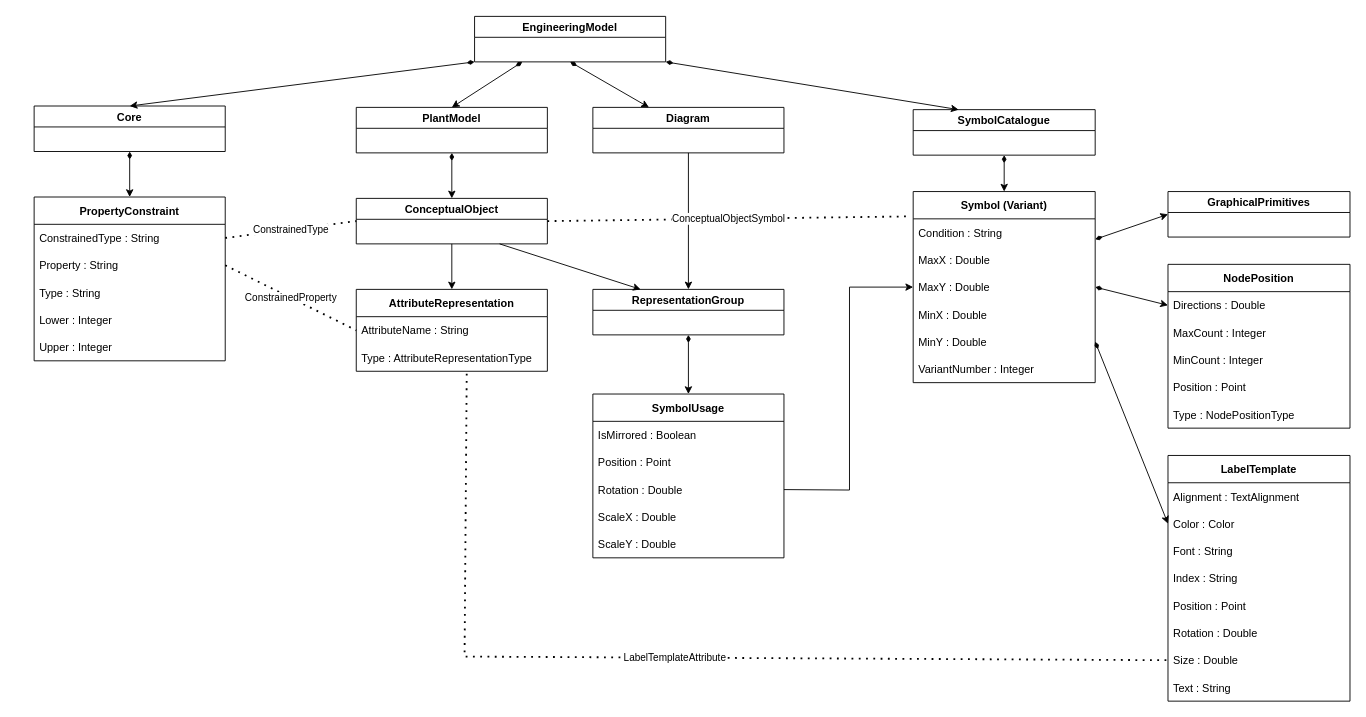
Earlier version of the draw.io diagram ContinuationProject/WorkingFolder/DISC Profile.drawio (ToniaPedersen/DISCDEXPI). Source tidied: cells renumbered, new cells numbered last; positions are measured from the earlier drawing's top-left corner, leaving out a move shared by most shapes. Both pictures are drawn from the tidied source at 91%, with x=0, y=0 at pixel (34, 16).
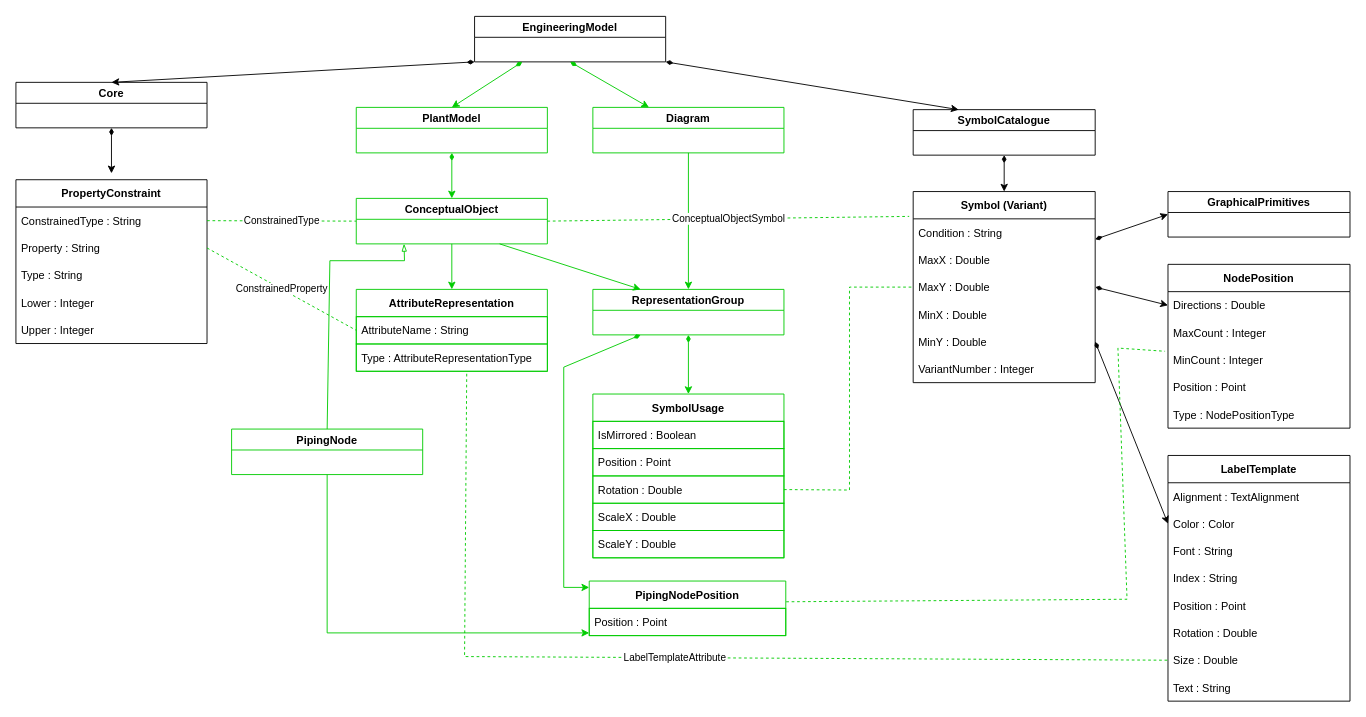
The same page after the edit.

The change refers to these unchanged cells:
```xml
<mxCell id="2" value="EngineeringModel" style="swimlane;" parent="1" vertex="1">
  <mxGeometry x="484" y="-0.5" width="210" height="50" as="geometry" />
</mxCell>
<mxCell id="10" value="MinCount : Integer" style="text;strokeColor=none;fillColor=none;align=left;verticalAlign=middle;spacingLeft=4;spacingRight=4;overflow=hidden;points=[[0,0.5],[1,0.5]];portConstraint=eastwest;" parent="7" vertex="1">
  <mxGeometry y="90" width="200" height="30" as="geometry" />
</mxCell>
<mxCell id="20" value="Size : Double" style="text;strokeColor=none;fillColor=none;align=left;verticalAlign=middle;spacingLeft=4;spacingRight=4;overflow=hidden;points=[[0,0.5],[1,0.5]];portConstraint=eastwest;" parent="13" vertex="1">
  <mxGeometry y="210" width="200" height="30" as="geometry" />
</mxCell>
<mxCell id="32" value="Symbol (Variant)" style="swimlane;fontStyle=1;horizontal=1;startSize=30;" parent="1" vertex="1">
  <mxGeometry x="966" y="192" width="200" height="210" as="geometry" />
</mxCell>
<mxCell id="35" value="MaxY : Double" style="text;strokeColor=none;fillColor=none;align=left;verticalAlign=middle;spacingLeft=4;spacingRight=4;overflow=hidden;points=[[0,0.5],[1,0.5]];portConstraint=eastwest;" parent="32" vertex="1">
  <mxGeometry y="90" width="200" height="30" as="geometry" />
</mxCell>
<mxCell id="56" value="ConstrainedType : String" style="text;strokeColor=none;fillColor=none;align=left;verticalAlign=middle;spacingLeft=4;spacingRight=4;overflow=hidden;points=[[0,0.5],[1,0.5]];portConstraint=eastwest;" parent="55" vertex="1">
  <mxGeometry y="30" width="210" height="30" as="geometry" />
</mxCell>
<mxCell id="57" value="Property : String" style="text;strokeColor=none;fillColor=none;align=left;verticalAlign=middle;spacingLeft=4;spacingRight=4;overflow=hidden;points=[[0,0.5],[1,0.5]];portConstraint=eastwest;" parent="55" vertex="1">
  <mxGeometry y="60" width="210" height="30" as="geometry" />
</mxCell>
```

Change to the diagram source:
```diff
@@
-    <mxCell id="3" value="PlantModel" style="swimlane;" parent="1" vertex="1">
+    <mxCell id="3" value="PlantModel" style="swimlane;strokeColor=#00CC00;" parent="1" vertex="1">
       <mxGeometry x="354" y="99.5" width="210" height="50" as="geometry" />
     </mxCell>
-    <mxCell id="4" value="Diagram" style="swimlane;" parent="1" vertex="1">
+    <mxCell id="4" value="Diagram" style="swimlane;strokeColor=#00CC00;" parent="1" vertex="1">
       <mxGeometry x="614" y="99.5" width="210" height="50" as="geometry" />
     </mxCell>
@@
-    <mxCell id="6" value="RepresentationGroup" style="swimlane;" parent="1" vertex="1">
+    <mxCell id="6" value="RepresentationGroup" style="swimlane;strokeColor=#00CC00;" parent="1" vertex="1">
       <mxGeometry x="614" y="299.5" width="210" height="50" as="geometry" />
     </mxCell>
@@
-    <mxCell id="22" value="ConceptualObject" style="swimlane;" parent="1" vertex="1">
+    <mxCell id="22" value="ConceptualObject" style="swimlane;strokeColor=#00CC00;" parent="1" vertex="1">
       <mxGeometry x="354" y="199.5" width="210" height="50" as="geometry" />
     </mxCell>
-    <mxCell id="23" value="AttributeRepresentation" style="swimlane;fontStyle=1;horizontal=1;startSize=30;" parent="1" vertex="1">
+    <mxCell id="23" value="AttributeRepresentation" style="swimlane;fontStyle=1;horizontal=1;startSize=30;strokeColor=#00CC00;" parent="1" vertex="1">
       <mxGeometry x="354" y="299.5" width="210" height="90" as="geometry" />
     </mxCell>
-    <mxCell id="24" value="AttributeName : String" style="text;strokeColor=none;fillColor=none;align=left;verticalAlign=middle;spacingLeft=4;spacingRight=4;overflow=hidden;points=[[0,0.5],[1,0.5]];portConstraint=eastwest;" parent="23" vertex="1">
+    <mxCell id="24" value="AttributeName : String" style="text;strokeColor=#00CC00;fillColor=none;align=left;verticalAlign=middle;spacingLeft=4;spacingRight=4;overflow=hidden;points=[[0,0.5],[1,0.5]];portConstraint=eastwest;" parent="23" vertex="1">
       <mxGeometry y="30" width="210" height="30" as="geometry" />
     </mxCell>
-    <mxCell id="25" value="Type : AttributeRepresentationType" style="text;strokeColor=none;fillColor=none;align=left;verticalAlign=middle;spacingLeft=4;spacingRight=4;overflow=hidden;points=[[0,0.5],[1,0.5]];portConstraint=eastwest;" parent="23" vertex="1">
+    <mxCell id="25" value="Type : AttributeRepresentationType" style="text;strokeColor=#00CC00;fillColor=none;align=left;verticalAlign=middle;spacingLeft=4;spacingRight=4;overflow=hidden;points=[[0,0.5],[1,0.5]];portConstraint=eastwest;" parent="23" vertex="1">
       <mxGeometry y="60" width="210" height="30" as="geometry" />
     </mxCell>
-    <mxCell id="26" value="SymbolUsage" style="swimlane;fontStyle=1;horizontal=1;startSize=30;" parent="1" vertex="1">
+    <mxCell id="26" value="SymbolUsage" style="swimlane;fontStyle=1;horizontal=1;startSize=30;strokeColor=#00CC00;" parent="1" vertex="1">
       <mxGeometry x="614" y="414.5" width="210" height="180" as="geometry" />
     </mxCell>
-    <mxCell id="27" value="IsMirrored : Boolean" style="text;strokeColor=none;fillColor=none;align=left;verticalAlign=middle;spacingLeft=4;spacingRight=4;overflow=hidden;" parent="26" vertex="1">
+    <mxCell id="27" value="IsMirrored : Boolean" style="text;strokeColor=#00CC00;fillColor=none;align=left;verticalAlign=middle;spacingLeft=4;spacingRight=4;overflow=hidden;" parent="26" vertex="1">
       <mxGeometry y="30" width="210" height="30" as="geometry" />
     </mxCell>
-    <mxCell id="28" value="Position : Point" style="text;strokeColor=none;fillColor=none;align=left;verticalAlign=middle;spacingLeft=4;spacingRight=4;overflow=hidden;" parent="26" vertex="1">
+    <mxCell id="28" value="Position : Point" style="text;strokeColor=#00CC00;fillColor=none;align=left;verticalAlign=middle;spacingLeft=4;spacingRight=4;overflow=hidden;" parent="26" vertex="1">
       <mxGeometry y="60" width="210" height="30" as="geometry" />
     </mxCell>
-    <mxCell id="29" value="Rotation : Double" style="text;strokeColor=none;fillColor=none;align=left;verticalAlign=middle;spacingLeft=4;spacingRight=4;overflow=hidden;points=[[0,0.5],[1,0.5]];portConstraint=eastwest;" parent="26" vertex="1">
+    <mxCell id="29" value="Rotation : Double" style="text;strokeColor=#00CC00;fillColor=none;align=left;verticalAlign=middle;spacingLeft=4;spacingRight=4;overflow=hidden;points=[[0,0.5],[1,0.5]];portConstraint=eastwest;" parent="26" vertex="1">
       <mxGeometry y="90" width="210" height="30" as="geometry" />
     </mxCell>
-    <mxCell id="30" value="ScaleX : Double" style="text;strokeColor=none;fillColor=none;align=left;verticalAlign=middle;spacingLeft=4;spacingRight=4;overflow=hidden;" parent="26" vertex="1">
+    <mxCell id="30" value="ScaleX : Double" style="text;strokeColor=#00CC00;fillColor=none;align=left;verticalAlign=middle;spacingLeft=4;spacingRight=4;overflow=hidden;" parent="26" vertex="1">
       <mxGeometry y="120" width="210" height="30" as="geometry" />
     </mxCell>
-    <mxCell id="31" value="ScaleY : Double" style="text;strokeColor=none;fillColor=none;align=left;verticalAlign=middle;spacingLeft=4;spacingRight=4;overflow=hidden;" parent="26" vertex="1">
+    <mxCell id="31" value="ScaleY : Double" style="text;strokeColor=#00CC00;fillColor=none;align=left;verticalAlign=middle;spacingLeft=4;spacingRight=4;overflow=hidden;" parent="26" vertex="1">
       <mxGeometry y="150" width="210" height="30" as="geometry" />
     </mxCell>
@@
-    <mxCell id="40" style="endArrow=classic;html=1;rounded=0;exitX=0.25;exitY=1;exitDx=0;exitDy=0;entryX=0.5;entryY=0;entryDx=0;entryDy=0;startArrow=diamondThin;startFill=1;" parent="1" edge="1" source="2" target="3">
+    <mxCell id="40" style="endArrow=classic;html=1;rounded=0;exitX=0.25;exitY=1;exitDx=0;exitDy=0;entryX=0.5;entryY=0;entryDx=0;entryDy=0;startArrow=diamondThin;startFill=1;strokeColor=#00CC00;" parent="1" edge="1" source="2" target="3">
       <mxGeometry relative="1" as="geometry" />
     </mxCell>
-    <mxCell id="41" style="endArrow=classic;html=1;rounded=0;exitX=0.5;exitY=1;exitDx=0;exitDy=0;startArrow=diamondThin;startFill=1;" parent="1" edge="1" source="2" target="4">
+    <mxCell id="41" style="endArrow=classic;html=1;rounded=0;exitX=0.5;exitY=1;exitDx=0;exitDy=0;startArrow=diamondThin;startFill=1;strokeColor=#00CC00;" parent="1" edge="1" source="2" target="4">
       <mxGeometry relative="1" as="geometry" />
     </mxCell>
-    <mxCell id="42" style="endArrow=classic;html=1;rounded=0;exitX=0.5;exitY=1;exitDx=0;exitDy=0;startArrow=none;startFill=0;entryX=0.5;entryY=0;entryDx=0;entryDy=0;" parent="1" edge="1" source="4" target="6">
+    <mxCell id="42" style="endArrow=classic;html=1;rounded=0;exitX=0.5;exitY=1;exitDx=0;exitDy=0;startArrow=none;startFill=0;entryX=0.5;entryY=0;entryDx=0;entryDy=0;strokeColor=#00CC00;" parent="1" edge="1" source="4" target="6">
       <mxGeometry relative="1" as="geometry" />
     </mxCell>
-    <mxCell id="43" style="endArrow=classic;html=1;rounded=0;exitX=0.5;exitY=1;exitDx=0;exitDy=0;entryX=0.5;entryY=0;entryDx=0;entryDy=0;startArrow=diamondThin;startFill=1;" parent="1" edge="1" source="3" target="22">
+    <mxCell id="43" style="endArrow=classic;html=1;rounded=0;exitX=0.5;exitY=1;exitDx=0;exitDy=0;entryX=0.5;entryY=0;entryDx=0;entryDy=0;startArrow=diamondThin;startFill=1;strokeColor=#00CC00;" parent="1" edge="1" source="3" target="22">
       <mxGeometry relative="1" as="geometry" />
     </mxCell>
-    <mxCell id="44" style="endArrow=classic;html=1;rounded=0;exitX=0.5;exitY=1;exitDx=0;exitDy=0;" parent="1" edge="1" source="22" target="23">
+    <mxCell id="44" style="endArrow=classic;html=1;rounded=0;exitX=0.5;exitY=1;exitDx=0;exitDy=0;strokeColor=#00CC00;" parent="1" edge="1" source="22" target="23">
       <mxGeometry relative="1" as="geometry" />
     </mxCell>
-    <mxCell id="45" style="endArrow=classic;html=1;rounded=0;exitX=0.75;exitY=1;exitDx=0;exitDy=0;entryX=0.25;entryY=0;entryDx=0;entryDy=0;" parent="1" edge="1" source="22" target="6">
+    <mxCell id="45" style="endArrow=classic;html=1;rounded=0;exitX=0.75;exitY=1;exitDx=0;exitDy=0;entryX=0.25;entryY=0;entryDx=0;entryDy=0;strokeColor=#00CC00;" parent="1" edge="1" source="22" target="6">
       <mxGeometry relative="1" as="geometry" />
     </mxCell>
-    <mxCell id="46" style="endArrow=classic;html=1;rounded=0;exitX=0.5;exitY=1;exitDx=0;exitDy=0;startArrow=diamondThin;startFill=1;entryX=0.5;entryY=0;entryDx=0;entryDy=0;" parent="1" edge="1" source="6" target="26">
+    <mxCell id="46" style="endArrow=classic;html=1;rounded=0;exitX=0.5;exitY=1;exitDx=0;exitDy=0;startArrow=diamondThin;startFill=1;entryX=0.5;entryY=0;entryDx=0;entryDy=0;strokeColor=#00CC00;" parent="1" edge="1" source="6" target="26">
       <mxGeometry relative="1" as="geometry" />
     </mxCell>
@@
-    <mxCell id="51" style="endArrow=classic;html=1;rounded=0;exitX=1;exitY=0.5;exitDx=0;exitDy=0;entryX=0;entryY=0.5;entryDx=0;entryDy=0;" parent="1" edge="1" source="29" target="35">
+    <mxCell id="51" style="endArrow=none;html=1;rounded=0;exitX=1;exitY=0.5;exitDx=0;exitDy=0;entryX=0;entryY=0.5;entryDx=0;entryDy=0;strokeColor=#00CC00;dashed=1;endFill=0;strokeWidth=1;" parent="1" edge="1" source="29" target="35">
       <mxGeometry relative="1" as="geometry">
         <Array as="points">
           <mxPoint x="896" y="520" />
           <mxPoint x="896" y="297" />
         </Array>
       </mxGeometry>
     </mxCell>
@@
     <mxCell id="53" value="Core" style="swimlane;" parent="1" vertex="1">
-      <mxGeometry y="98" width="210" height="50" as="geometry" />
+      <mxGeometry x="-20" y="72" width="210" height="50" as="geometry" />
     </mxCell>
     <mxCell id="54" style="endArrow=classic;html=1;rounded=0;exitX=0.5;exitY=1;exitDx=0;exitDy=0;startArrow=diamondThin;startFill=1;" parent="1" edge="1" source="53">
       <mxGeometry relative="1" as="geometry">
-        <mxPoint x="105" y="198" as="targetPoint" />
+        <mxPoint x="85" y="172" as="targetPoint" />
       </mxGeometry>
     </mxCell>
     <mxCell id="55" value="PropertyConstraint" style="swimlane;fontStyle=1;horizontal=1;startSize=30;" parent="1" vertex="1">
-      <mxGeometry y="198" width="210" height="180" as="geometry" />
+      <mxGeometry x="-20" y="179" width="210" height="180" as="geometry" />
     </mxCell>
@@
-    <mxCell id="61" value="ConstrainedProperty" style="endArrow=none;dashed=1;html=1;dashPattern=1 3;strokeWidth=2;rounded=0;exitX=1;exitY=0.5;exitDx=0;exitDy=0;entryX=0;entryY=0.5;entryDx=0;entryDy=0;" parent="1" edge="1" source="57" target="24">
+    <mxCell id="61" value="ConstrainedProperty" style="endArrow=none;dashed=1;html=1;strokeWidth=1;rounded=0;exitX=1;exitY=0.5;exitDx=0;exitDy=0;entryX=0;entryY=0.5;entryDx=0;entryDy=0;strokeColor=#00CC00;" parent="1" edge="1" source="57" target="24">
       <mxGeometry relative="1" as="geometry" />
     </mxCell>
-    <mxCell id="62" value="ConstrainedType" style="endArrow=none;dashed=1;html=1;dashPattern=1 3;strokeWidth=2;rounded=0;exitX=1;exitY=0.5;exitDx=0;exitDy=0;entryX=0;entryY=0.5;entryDx=0;entryDy=0;" parent="1" edge="1" source="56" target="22">
+    <mxCell id="62" value="ConstrainedType" style="endArrow=none;dashed=1;html=1;strokeWidth=1;rounded=0;exitX=1;exitY=0.5;exitDx=0;exitDy=0;entryX=0;entryY=0.5;entryDx=0;entryDy=0;strokeColor=#00CC00;" parent="1" edge="1" source="56" target="22">
       <mxGeometry relative="1" as="geometry" />
     </mxCell>
-    <mxCell id="63" value="ConceptualObjectSymbol" style="endArrow=none;dashed=1;html=1;dashPattern=1 3;strokeWidth=2;rounded=0;entryX=-0.022;entryY=0.13;entryDx=0;entryDy=0;entryPerimeter=0;exitX=1;exitY=0.5;exitDx=0;exitDy=0;" parent="1" edge="1" source="22" target="32">
+    <mxCell id="63" value="ConceptualObjectSymbol" style="endArrow=none;dashed=1;html=1;strokeWidth=1;rounded=0;entryX=-0.022;entryY=0.13;entryDx=0;entryDy=0;entryPerimeter=0;exitX=1;exitY=0.5;exitDx=0;exitDy=0;strokeColor=#00CC00;" parent="1" edge="1" source="22" target="32">
       <mxGeometry relative="1" as="geometry" />
     </mxCell>
@@
-    <mxCell id="65" value="LabelTemplateAttribute" style="endArrow=none;dashed=1;html=1;dashPattern=1 3;strokeWidth=2;rounded=0;entryX=0;entryY=0.5;entryDx=0;entryDy=0;exitX=0.578;exitY=1.091;exitDx=0;exitDy=0;exitPerimeter=0;" parent="1" edge="1" source="25" target="20">
+    <mxCell id="65" value="LabelTemplateAttribute" style="endArrow=none;dashed=1;html=1;strokeWidth=1;rounded=0;entryX=0;entryY=0.5;entryDx=0;entryDy=0;exitX=0.578;exitY=1.091;exitDx=0;exitDy=0;exitPerimeter=0;strokeColor=#00CC00;" parent="1" edge="1" source="25" target="20">
       <mxGeometry relative="1" as="geometry">
         <Array as="points">
           <mxPoint x="473" y="703" />
         </Array>
       </mxGeometry>
     </mxCell>
+    <mxCell id="66" value="PipingNode" style="swimlane;strokeColor=#00CC00;" parent="1" vertex="1">
+      <mxGeometry x="217" y="453" width="210" height="50" as="geometry" />
+    </mxCell>
+    <mxCell id="67" style="endArrow=blockThin;html=1;rounded=0;strokeColor=#00CC00;exitX=0.5;exitY=0;exitDx=0;exitDy=0;entryX=0.25;entryY=1;entryDx=0;entryDy=0;endFill=0;" parent="1" edge="1" source="66" target="22">
+      <mxGeometry relative="1" as="geometry">
+        <Array as="points">
+          <mxPoint x="325" y="268" />
+          <mxPoint x="407" y="268" />
+        </Array>
+      </mxGeometry>
+    </mxCell>
+    <mxCell id="68" style="endArrow=classic;html=1;rounded=0;exitX=0.25;exitY=1;exitDx=0;exitDy=0;startArrow=diamondThin;startFill=1;entryX=0;entryY=0;entryDx=0;entryDy=0;strokeColor=#00CC00;" parent="1" edge="1" source="6">
+      <mxGeometry relative="1" as="geometry">
+        <mxPoint x="610" y="627" as="targetPoint" />
+        <Array as="points">
+          <mxPoint x="582" y="385" />
+          <mxPoint x="582" y="627" />
+        </Array>
+      </mxGeometry>
+    </mxCell>
+    <mxCell id="69" style="endArrow=classic;html=1;rounded=0;exitX=0.5;exitY=1;exitDx=0;exitDy=0;entryX=0;entryY=1;entryDx=0;entryDy=0;strokeColor=#00CC00;" parent="1" edge="1" source="66">
+      <mxGeometry relative="1" as="geometry">
+        <mxPoint x="610" y="677" as="targetPoint" />
+        <Array as="points">
+          <mxPoint x="322" y="677" />
+        </Array>
+      </mxGeometry>
+    </mxCell>
+    <mxCell id="70" value="PipingNodePosition" style="swimlane;fontStyle=1;horizontal=1;startSize=30;strokeColor=#00CC00;" parent="1" vertex="1">
+      <mxGeometry x="610" y="620" width="216" height="60" as="geometry" />
+    </mxCell>
+    <mxCell id="71" value="Position : Point" style="text;strokeColor=#00CC00;fillColor=none;align=left;verticalAlign=middle;spacingLeft=4;spacingRight=4;overflow=hidden;" parent="70" vertex="1">
+      <mxGeometry y="30" width="216" height="30" as="geometry" />
+    </mxCell>
+    <mxCell id="72" style="endArrow=none;html=1;rounded=0;exitX=1.002;exitY=0.38;exitDx=0;exitDy=0;entryX=-0.016;entryY=0.184;entryDx=0;entryDy=0;strokeColor=#00CC00;exitPerimeter=0;entryPerimeter=0;dashed=1;endFill=0;strokeWidth=1;" parent="1" edge="1" source="70" target="10">
+      <mxGeometry relative="1" as="geometry">
+        <Array as="points">
+          <mxPoint x="1201" y="640" />
+          <mxPoint x="1191" y="364" />
+        </Array>
+      </mxGeometry>
+    </mxCell>
```
